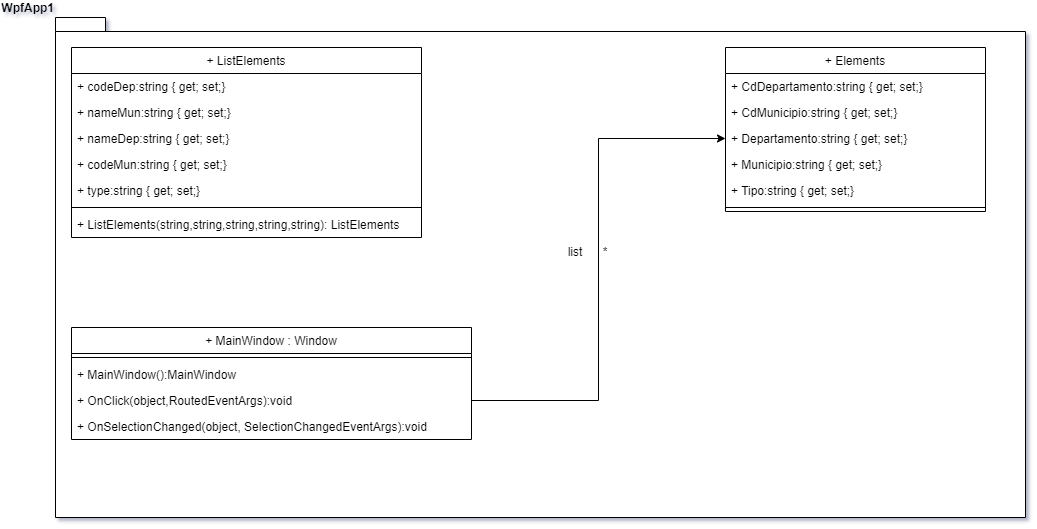
Earlier version of the draw.io export docs/Class Diagram C#.png (CamiloCJ09/Csharp-Practice). Source tidied: cells renumbered, new cells last; positions are measured from the earlier drawing's top-left corner, leaving out a move shared by most shapes.
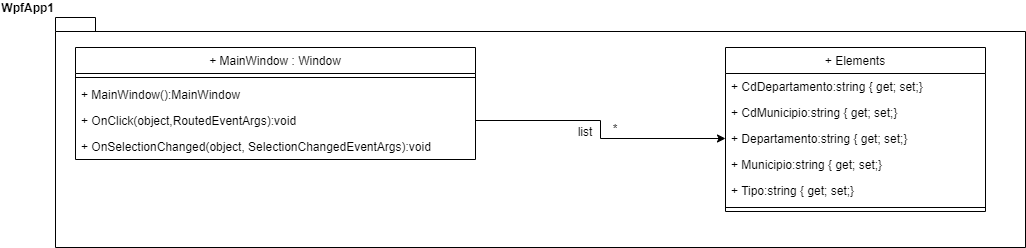
After the commit.

Commit message:
Class diagram v.2

What changed in the source:
```diff
@@ -3,34 +3,10 @@
     <mxCell id="0" />
     <mxCell id="1" parent="0" />
     <mxCell id="2" value="WpfApp1" style="shape=folder;fontStyle=1;spacingTop=10;tabWidth=40;tabHeight=14;tabPosition=left;html=1;labelPosition=left;verticalLabelPosition=top;align=right;verticalAlign=bottom;" parent="1" vertex="1">
-      <mxGeometry width="970" height="500" as="geometry" />
+      <mxGeometry width="970" height="230" as="geometry" />
     </mxCell>
-    <mxCell id="3" value="+ ListElements" style="swimlane;fontStyle=0;align=center;verticalAlign=top;horizontal=1;startSize=26;" parent="1" vertex="1">
-      <mxGeometry x="16" y="30" width="350" height="190" as="geometry" />
-    </mxCell>
-    <mxCell id="4" value="+ codeDep:string { get; set;}" style="text;strokeColor=none;fillColor=none;align=left;verticalAlign=top;spacingLeft=4;spacingRight=4;overflow=hidden;" parent="3" vertex="1">
-      <mxGeometry y="26" width="350" height="26" as="geometry" />
-    </mxCell>
-    <mxCell id="5" value="+ nameMun:string { get; set;}" style="text;strokeColor=none;fillColor=none;align=left;verticalAlign=top;spacingLeft=4;spacingRight=4;overflow=hidden;" parent="3" vertex="1">
-      <mxGeometry y="52" width="350" height="26" as="geometry" />
-    </mxCell>
-    <mxCell id="6" value="+ nameDep:string { get; set;}" style="text;strokeColor=none;fillColor=none;align=left;verticalAlign=top;spacingLeft=4;spacingRight=4;overflow=hidden;" parent="3" vertex="1">
-      <mxGeometry y="78" width="350" height="26" as="geometry" />
-    </mxCell>
-    <mxCell id="7" value="+ codeMun:string { get; set;}" style="text;strokeColor=none;fillColor=none;align=left;verticalAlign=top;spacingLeft=4;spacingRight=4;overflow=hidden;" parent="3" vertex="1">
-      <mxGeometry y="104" width="350" height="26" as="geometry" />
-    </mxCell>
-    <mxCell id="8" value="+ type:string { get; set;}" style="text;strokeColor=none;fillColor=none;align=left;verticalAlign=top;spacingLeft=4;spacingRight=4;overflow=hidden;" parent="3" vertex="1">
-      <mxGeometry y="130" width="350" height="26" as="geometry" />
-    </mxCell>
-    <mxCell id="9" style="line;strokeWidth=1;fillColor=none;align=left;verticalAlign=middle;spacingTop=-1;spacingLeft=3;spacingRight=3;labelPosition=right;" parent="3" vertex="1">
-      <mxGeometry y="156" width="350" height="8" as="geometry" />
-    </mxCell>
-    <mxCell id="10" value="+ ListElements(string,string,string,string,string): ListElements" style="text;strokeColor=none;fillColor=none;align=left;verticalAlign=top;spacingLeft=4;spacingRight=4;overflow=hidden;" parent="3" vertex="1">
-      <mxGeometry y="164" width="350" height="26" as="geometry" />
-    </mxCell>
     <mxCell id="11" value="+ MainWindow : Window" style="swimlane;fontStyle=0;align=center;verticalAlign=top;horizontal=1;startSize=26;" parent="1" vertex="1">
-      <mxGeometry x="16" y="310" width="400" height="112" as="geometry" />
+      <mxGeometry x="20" y="30" width="400" height="112" as="geometry" />
     </mxCell>
     <mxCell id="12" style="line;strokeWidth=1;fillColor=none;align=left;verticalAlign=middle;spacingTop=-1;spacingLeft=3;spacingRight=3;labelPosition=right;" parent="11" vertex="1">
       <mxGeometry y="26" width="400" height="8" as="geometry" />
@@ -69,10 +45,10 @@
       <mxGeometry relative="1" as="geometry" />
     </mxCell>
     <mxCell id="24" value="list" style="text;html=1;strokeColor=none;fillColor=none;align=center;verticalAlign=middle;whiteSpace=wrap;rounded=0;" parent="1" vertex="1">
-      <mxGeometry x="490" y="220" width="60" height="30" as="geometry" />
+      <mxGeometry x="500" y="100" width="60" height="30" as="geometry" />
     </mxCell>
     <mxCell id="25" value="*" style="text;html=1;strokeColor=none;fillColor=none;align=center;verticalAlign=middle;whiteSpace=wrap;rounded=0;" parent="1" vertex="1">
-      <mxGeometry x="520" y="220" width="60" height="30" as="geometry" />
+      <mxGeometry x="530" y="97" width="60" height="30" as="geometry" />
     </mxCell>
   </root>
 </mxGraphModel>
```
